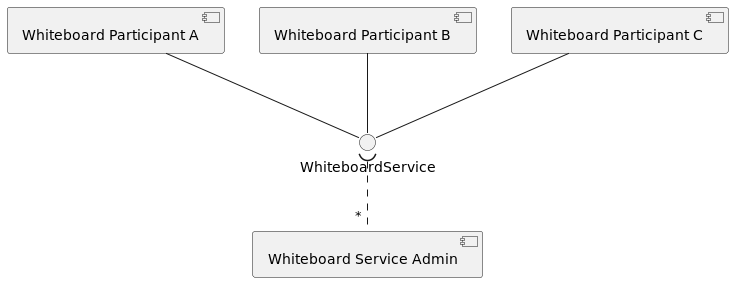
apache/celix keeps this PlantUML diagram as documents/diagrams/whiteboard_pattern.png. Above is the earlier version.
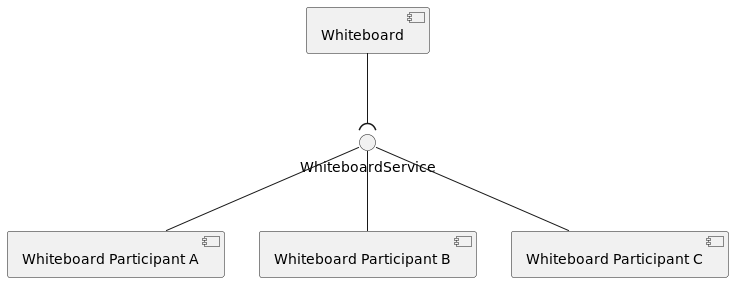
Above is the later version.

Diff of the diagram source:
```diff
@@ -2,16 +2,12 @@
 component WhiteboardParticipantA as "Whiteboard Participant A"
 component WhiteboardParticipantB as "Whiteboard Participant B"
 component WhiteboardParticipantC as "Whiteboard Participant C"
-component WhiteboardServiceAdmin as "Whiteboard Service Admin"
+component Whiteboard
 () WhiteboardService
 
-WhiteboardParticipantA -down- WhiteboardService
-WhiteboardParticipantB -down- WhiteboardService
-WhiteboardParticipantC -down- WhiteboardService
-WhiteboardServiceAdmin " * " .up.( WhiteboardService
-
-
-
-
+Whiteboard  -down-( WhiteboardService
+WhiteboardParticipantA -up- WhiteboardService
+WhiteboardParticipantB -up- WhiteboardService
+WhiteboardParticipantC -up- WhiteboardService
 
 @enduml
```
